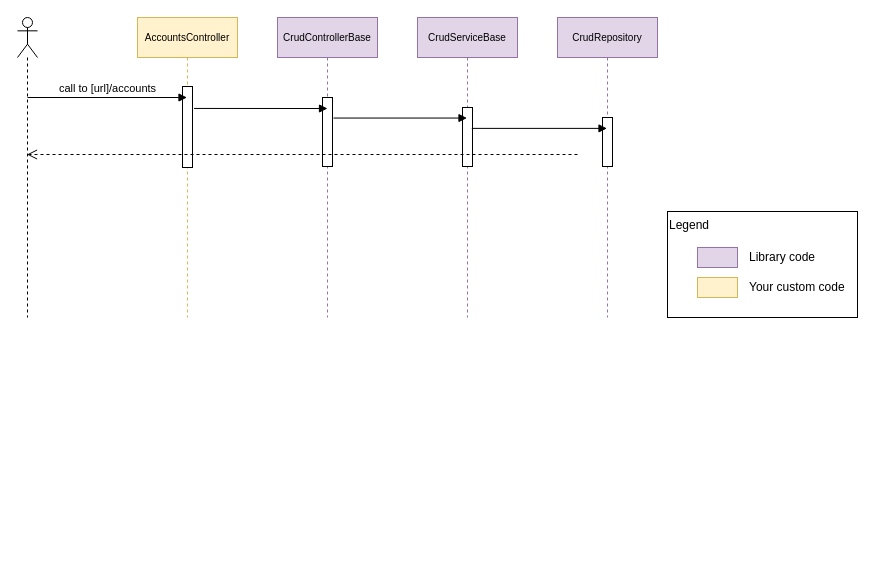
The draw.io diagram page "CRUD" (1 of 2) of docs/CustomLayers/sequence.drawio in lonesomegeek/LSG.GenericCrud, before the edit. Source tidied: cells renumbered, new cells numbered last; positions are measured from the earlier drawing's top-left corner, leaving out a move shared by most shapes. Both pictures are drawn from the tidied source at 100%, with x=0, y=0 at pixel (17, 17).
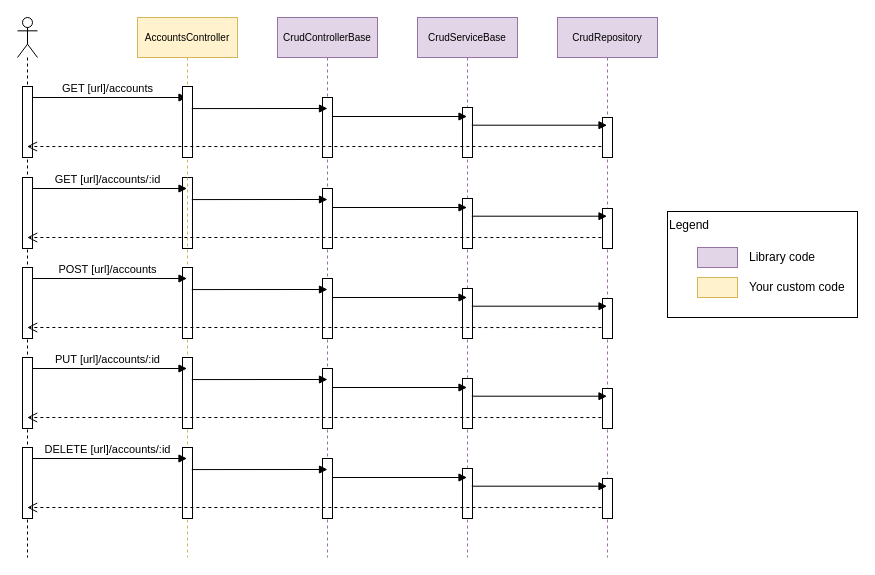
Above is the later version.

Commit message:
adding new version of sequence diagram

Diff of the diagram source:
```diff
@@
-    <mxCell id="2" value="&lt;font style=&quot;font-size: 10px&quot;&gt;AccountsController&lt;/font&gt;" style="shape=umlLifeline;perimeter=lifelinePerimeter;whiteSpace=wrap;html=1;outlineConnect=0;fillColor=#fff2cc;strokeColor=#d6b656;" parent="1" vertex="1">
-      <mxGeometry x="120" width="100" height="300" as="geometry" />
-    </mxCell>
-    <mxCell id="3" style="html=1;points=[];perimeter=orthogonalPerimeter;" parent="2" vertex="1">
-      <mxGeometry x="45" y="69" width="10" height="81" as="geometry" />
-    </mxCell>
     <mxCell id="4" value="&lt;font style=&quot;font-size: 10px&quot;&gt;CrudControllerBase&lt;/font&gt;" style="shape=umlLifeline;perimeter=lifelinePerimeter;whiteSpace=wrap;html=1;fillColor=#e1d5e7;strokeColor=#9673a6;" parent="1" vertex="1">
-      <mxGeometry x="260" width="100" height="300" as="geometry" />
+      <mxGeometry x="260" width="100" height="540" as="geometry" />
     </mxCell>
     <mxCell id="5" style="html=1;points=[];perimeter=orthogonalPerimeter;" parent="4" vertex="1">
-      <mxGeometry x="45" y="80" width="10" height="69" as="geometry" />
+      <mxGeometry x="45" y="80" width="10" height="60" as="geometry" />
     </mxCell>
     <mxCell id="6" value="&lt;font style=&quot;font-size: 10px&quot;&gt;CrudServiceBase&lt;/font&gt;" style="shape=umlLifeline;perimeter=lifelinePerimeter;whiteSpace=wrap;html=1;outlineConnect=0;fillColor=#e1d5e7;strokeColor=#9673a6;" parent="1" vertex="1">
-      <mxGeometry x="400" width="100" height="300" as="geometry" />
+      <mxGeometry x="400" width="100" height="540" as="geometry" />
     </mxCell>
     <mxCell id="7" style="html=1;points=[];perimeter=orthogonalPerimeter;" parent="6" vertex="1">
-      <mxGeometry x="45" y="90" width="10" height="59" as="geometry" />
+      <mxGeometry x="45" y="90" width="10" height="50" as="geometry" />
     </mxCell>
     <mxCell id="8" value="&lt;font style=&quot;font-size: 10px&quot;&gt;CrudRepository&lt;/font&gt;" style="shape=umlLifeline;perimeter=lifelinePerimeter;whiteSpace=wrap;html=1;outlineConnect=0;fillColor=#e1d5e7;strokeColor=#9673a6;" parent="1" vertex="1">
-      <mxGeometry x="540" width="100" height="300" as="geometry" />
+      <mxGeometry x="540" width="100" height="540" as="geometry" />
     </mxCell>
     <mxCell id="9" style="html=1;points=[];perimeter=orthogonalPerimeter;" parent="8" vertex="1">
-      <mxGeometry x="45" y="100" width="10" height="49" as="geometry" />
+      <mxGeometry x="45" y="100" width="10" height="40" as="geometry" />
     </mxCell>
     <mxCell id="10" style="shape=umlLifeline;participant=umlActor;perimeter=lifelinePerimeter;whiteSpace=wrap;html=1;verticalAlign=top;spacingTop=36;labelBackgroundColor=#ffffff;outlineConnect=0;" parent="1" vertex="1">
-      <mxGeometry width="20" height="300" as="geometry" />
+      <mxGeometry width="20" height="540" as="geometry" />
     </mxCell>
-    <mxCell id="11" value="call to [url]/accounts" style="html=1;verticalAlign=bottom;endArrow=block;" parent="10" edge="1" target="2">
+    <mxCell id="11" value="GET [url]/accounts" style="html=1;verticalAlign=bottom;endArrow=block;" parent="10" edge="1" target="2">
       <mxGeometry relative="1" as="geometry">
         <mxPoint x="10" y="80" as="sourcePoint" />
       </mxGeometry>
     </mxCell>
+    <mxCell id="21" style="html=1;perimeter=orthogonalPerimeter;" parent="10" vertex="1">
+      <mxGeometry x="5" y="69" width="10" height="71" as="geometry" />
+    </mxCell>
+    <mxCell id="22" style="html=1;points=[];perimeter=orthogonalPerimeter;" parent="10" vertex="1">
+      <mxGeometry x="165" y="160" width="10" height="71" as="geometry" />
+    </mxCell>
+    <mxCell id="23" style="html=1;perimeter=orthogonalPerimeter;" parent="10" vertex="1">
+      <mxGeometry x="305" y="171" width="10" height="60" as="geometry" />
+    </mxCell>
+    <mxCell id="24" style="html=1;points=[];perimeter=orthogonalPerimeter;" parent="10" vertex="1">
+      <mxGeometry x="445" y="181" width="10" height="50" as="geometry" />
+    </mxCell>
+    <mxCell id="25" style="html=1;points=[];perimeter=orthogonalPerimeter;" parent="10" vertex="1">
+      <mxGeometry x="585" y="191" width="10" height="40" as="geometry" />
+    </mxCell>
+    <mxCell id="26" value="GET [url]/accounts/:id" style="html=1;verticalAlign=bottom;endArrow=block;" parent="10" edge="1">
+      <mxGeometry relative="1" as="geometry">
+        <mxPoint x="10" y="171" as="sourcePoint" />
+        <mxPoint x="169.5" y="171" as="targetPoint" />
+      </mxGeometry>
+    </mxCell>
+    <mxCell id="27" style="html=1;perimeter=orthogonalPerimeter;" parent="10" vertex="1">
+      <mxGeometry x="5" y="160" width="10" height="71" as="geometry" />
+    </mxCell>
+    <mxCell id="28" style="html=1;verticalAlign=bottom;endArrow=block;exitX=0.926;exitY=0.311;exitDx=0;exitDy=0;exitPerimeter=0;" parent="10" edge="1" source="22">
+      <mxGeometry relative="1" as="geometry">
+        <mxPoint x="310" y="182" as="targetPoint" />
+      </mxGeometry>
+    </mxCell>
+    <mxCell id="29" style="html=1;verticalAlign=bottom;endArrow=block;" parent="10" edge="1">
+      <mxGeometry relative="1" as="geometry">
+        <mxPoint x="315" y="190" as="sourcePoint" />
+        <mxPoint x="449.5" y="190" as="targetPoint" />
+      </mxGeometry>
+    </mxCell>
+    <mxCell id="30" style="html=1;verticalAlign=bottom;endArrow=block;exitX=0.929;exitY=0.354;exitDx=0;exitDy=0;exitPerimeter=0;" parent="10" edge="1" source="24">
+      <mxGeometry relative="1" as="geometry">
+        <mxPoint x="589.5" y="198.7" as="targetPoint" />
+      </mxGeometry>
+    </mxCell>
+    <mxCell id="31" style="html=1;verticalAlign=bottom;endArrow=open;dashed=1;endSize=8;exitX=-0.114;exitY=0.726;exitDx=0;exitDy=0;exitPerimeter=0;" parent="10" edge="1" source="25">
+      <mxGeometry relative="1" as="geometry">
+        <mxPoint x="9.7" y="220" as="targetPoint" />
+      </mxGeometry>
+    </mxCell>
+    <mxCell id="2" value="&lt;font style=&quot;font-size: 10px&quot;&gt;AccountsController&lt;/font&gt;" style="shape=umlLifeline;perimeter=lifelinePerimeter;whiteSpace=wrap;html=1;outlineConnect=0;fillColor=#fff2cc;strokeColor=#d6b656;" parent="1" vertex="1">
+      <mxGeometry x="120" width="100" height="540" as="geometry" />
+    </mxCell>
+    <mxCell id="3" style="html=1;points=[];perimeter=orthogonalPerimeter;" parent="2" vertex="1">
+      <mxGeometry x="45" y="69" width="10" height="71" as="geometry" />
+    </mxCell>
+    <mxCell id="32" style="html=1;points=[];perimeter=orthogonalPerimeter;" parent="2" vertex="1">
+      <mxGeometry x="45" y="250" width="10" height="71" as="geometry" />
+    </mxCell>
+    <mxCell id="33" style="html=1;perimeter=orthogonalPerimeter;" parent="2" vertex="1">
+      <mxGeometry x="185" y="261" width="10" height="60" as="geometry" />
+    </mxCell>
+    <mxCell id="34" style="html=1;points=[];perimeter=orthogonalPerimeter;" parent="2" vertex="1">
+      <mxGeometry x="325" y="271" width="10" height="50" as="geometry" />
+    </mxCell>
+    <mxCell id="35" style="html=1;points=[];perimeter=orthogonalPerimeter;" parent="2" vertex="1">
+      <mxGeometry x="465" y="281" width="10" height="40" as="geometry" />
+    </mxCell>
+    <mxCell id="36" value="POST [url]/accounts" style="html=1;verticalAlign=bottom;endArrow=block;" parent="2" edge="1">
+      <mxGeometry relative="1" as="geometry">
+        <mxPoint x="-110" y="261" as="sourcePoint" />
+        <mxPoint x="49.5" y="261" as="targetPoint" />
+      </mxGeometry>
+    </mxCell>
+    <mxCell id="37" style="html=1;perimeter=orthogonalPerimeter;" parent="2" vertex="1">
+      <mxGeometry x="-115" y="250" width="10" height="71" as="geometry" />
+    </mxCell>
+    <mxCell id="38" style="html=1;verticalAlign=bottom;endArrow=block;exitX=0.926;exitY=0.311;exitDx=0;exitDy=0;exitPerimeter=0;" parent="2" edge="1" source="32">
+      <mxGeometry relative="1" as="geometry">
+        <mxPoint x="190" y="272" as="targetPoint" />
+      </mxGeometry>
+    </mxCell>
+    <mxCell id="39" style="html=1;verticalAlign=bottom;endArrow=block;" parent="2" edge="1">
+      <mxGeometry relative="1" as="geometry">
+        <mxPoint x="195" y="280" as="sourcePoint" />
+        <mxPoint x="329.5" y="280" as="targetPoint" />
+      </mxGeometry>
+    </mxCell>
+    <mxCell id="40" style="html=1;verticalAlign=bottom;endArrow=block;exitX=0.929;exitY=0.354;exitDx=0;exitDy=0;exitPerimeter=0;" parent="2" edge="1" source="34">
+      <mxGeometry relative="1" as="geometry">
+        <mxPoint x="469.5" y="288.7" as="targetPoint" />
+      </mxGeometry>
+    </mxCell>
+    <mxCell id="41" style="html=1;verticalAlign=bottom;endArrow=open;dashed=1;endSize=8;exitX=-0.114;exitY=0.726;exitDx=0;exitDy=0;exitPerimeter=0;" parent="2" edge="1" source="35">
+      <mxGeometry relative="1" as="geometry">
+        <mxPoint x="-110.3" y="310" as="targetPoint" />
+      </mxGeometry>
+    </mxCell>
+    <mxCell id="42" style="html=1;points=[];perimeter=orthogonalPerimeter;" parent="2" vertex="1">
+      <mxGeometry x="45" y="340" width="10" height="71" as="geometry" />
+    </mxCell>
+    <mxCell id="43" style="html=1;perimeter=orthogonalPerimeter;" parent="2" vertex="1">
+      <mxGeometry x="185" y="351" width="10" height="60" as="geometry" />
+    </mxCell>
+    <mxCell id="44" style="html=1;points=[];perimeter=orthogonalPerimeter;" parent="2" vertex="1">
+      <mxGeometry x="325" y="361" width="10" height="50" as="geometry" />
+    </mxCell>
+    <mxCell id="45" style="html=1;points=[];perimeter=orthogonalPerimeter;" parent="2" vertex="1">
+      <mxGeometry x="465" y="371" width="10" height="40" as="geometry" />
+    </mxCell>
+    <mxCell id="46" value="PUT [url]/accounts/:id" style="html=1;verticalAlign=bottom;endArrow=block;" parent="2" edge="1">
+      <mxGeometry relative="1" as="geometry">
+        <mxPoint x="-110" y="351" as="sourcePoint" />
+        <mxPoint x="49.5" y="351" as="targetPoint" />
+      </mxGeometry>
+    </mxCell>
+    <mxCell id="47" style="html=1;perimeter=orthogonalPerimeter;" parent="2" vertex="1">
+      <mxGeometry x="-115" y="340" width="10" height="71" as="geometry" />
+    </mxCell>
+    <mxCell id="48" style="html=1;verticalAlign=bottom;endArrow=block;exitX=0.926;exitY=0.311;exitDx=0;exitDy=0;exitPerimeter=0;" parent="2" edge="1" source="42">
+      <mxGeometry relative="1" as="geometry">
+        <mxPoint x="190" y="362" as="targetPoint" />
+      </mxGeometry>
+    </mxCell>
+    <mxCell id="49" style="html=1;verticalAlign=bottom;endArrow=block;" parent="2" edge="1">
+      <mxGeometry relative="1" as="geometry">
+        <mxPoint x="195" y="370" as="sourcePoint" />
+        <mxPoint x="329.5" y="370" as="targetPoint" />
+      </mxGeometry>
+    </mxCell>
+    <mxCell id="50" style="html=1;verticalAlign=bottom;endArrow=block;exitX=0.929;exitY=0.354;exitDx=0;exitDy=0;exitPerimeter=0;" parent="2" edge="1" source="44">
+      <mxGeometry relative="1" as="geometry">
+        <mxPoint x="469.5" y="378.7" as="targetPoint" />
+      </mxGeometry>
+    </mxCell>
+    <mxCell id="51" style="html=1;verticalAlign=bottom;endArrow=open;dashed=1;endSize=8;exitX=-0.114;exitY=0.726;exitDx=0;exitDy=0;exitPerimeter=0;" parent="2" edge="1" source="45">
+      <mxGeometry relative="1" as="geometry">
+        <mxPoint x="-110.3" y="400" as="targetPoint" />
+      </mxGeometry>
+    </mxCell>
+    <mxCell id="52" style="html=1;points=[];perimeter=orthogonalPerimeter;" parent="2" vertex="1">
+      <mxGeometry x="45" y="430" width="10" height="71" as="geometry" />
+    </mxCell>
+    <mxCell id="53" style="html=1;perimeter=orthogonalPerimeter;" parent="2" vertex="1">
+      <mxGeometry x="185" y="441" width="10" height="60" as="geometry" />
+    </mxCell>
+    <mxCell id="54" style="html=1;points=[];perimeter=orthogonalPerimeter;" parent="2" vertex="1">
+      <mxGeometry x="325" y="451" width="10" height="50" as="geometry" />
+    </mxCell>
+    <mxCell id="55" style="html=1;points=[];perimeter=orthogonalPerimeter;" parent="2" vertex="1">
+      <mxGeometry x="465" y="461" width="10" height="40" as="geometry" />
+    </mxCell>
+    <mxCell id="56" value="DELETE [url]/accounts/:id" style="html=1;verticalAlign=bottom;endArrow=block;" parent="2" edge="1">
+      <mxGeometry relative="1" as="geometry">
+        <mxPoint x="-110" y="441" as="sourcePoint" />
+        <mxPoint x="49.5" y="441" as="targetPoint" />
+      </mxGeometry>
+    </mxCell>
+    <mxCell id="57" style="html=1;perimeter=orthogonalPerimeter;" parent="2" vertex="1">
+      <mxGeometry x="-115" y="430" width="10" height="71" as="geometry" />
+    </mxCell>
+    <mxCell id="58" style="html=1;verticalAlign=bottom;endArrow=block;exitX=0.926;exitY=0.311;exitDx=0;exitDy=0;exitPerimeter=0;" parent="2" edge="1" source="52">
+      <mxGeometry relative="1" as="geometry">
+        <mxPoint x="190" y="452" as="targetPoint" />
+      </mxGeometry>
+    </mxCell>
+    <mxCell id="59" style="html=1;verticalAlign=bottom;endArrow=block;" parent="2" edge="1">
+      <mxGeometry relative="1" as="geometry">
+        <mxPoint x="195" y="460" as="sourcePoint" />
+        <mxPoint x="329.5" y="460" as="targetPoint" />
+      </mxGeometry>
+    </mxCell>
+    <mxCell id="60" style="html=1;verticalAlign=bottom;endArrow=block;exitX=0.929;exitY=0.354;exitDx=0;exitDy=0;exitPerimeter=0;" parent="2" edge="1" source="54">
+      <mxGeometry relative="1" as="geometry">
+        <mxPoint x="469.5" y="468.7" as="targetPoint" />
+      </mxGeometry>
+    </mxCell>
+    <mxCell id="61" style="html=1;verticalAlign=bottom;endArrow=open;dashed=1;endSize=8;exitX=-0.114;exitY=0.726;exitDx=0;exitDy=0;exitPerimeter=0;" parent="2" edge="1" source="55">
+      <mxGeometry relative="1" as="geometry">
+        <mxPoint x="-110.3" y="490" as="targetPoint" />
+      </mxGeometry>
+    </mxCell>
-    <mxCell id="12" style="html=1;verticalAlign=bottom;endArrow=block;exitX=1.157;exitY=0.271;exitDx=0;exitDy=0;exitPerimeter=0;" parent="1" edge="1" source="3">
+    <mxCell id="12" style="html=1;verticalAlign=bottom;endArrow=block;exitX=0.926;exitY=0.311;exitDx=0;exitDy=0;exitPerimeter=0;" parent="1" edge="1" source="3">
       <mxGeometry relative="1" as="geometry">
         <mxPoint x="310" y="91" as="targetPoint" />
       </mxGeometry>
     </mxCell>
-    <mxCell id="13" style="html=1;verticalAlign=bottom;endArrow=block;exitX=1.1;exitY=0.298;exitDx=0;exitDy=0;exitPerimeter=0;" parent="1" edge="1" source="5" target="6">
-      <mxGeometry relative="1" as="geometry" />
+    <mxCell id="13" style="html=1;verticalAlign=bottom;endArrow=block;" parent="1" edge="1">
+      <mxGeometry relative="1" as="geometry">
+        <mxPoint x="315" y="99" as="sourcePoint" />
+        <mxPoint x="449.5" y="99" as="targetPoint" />
+      </mxGeometry>
     </mxCell>
@@
-    <mxCell id="15" style="html=1;verticalAlign=bottom;endArrow=open;dashed=1;endSize=8;" parent="1" edge="1" target="10">
-      <mxGeometry relative="1" as="geometry">
-        <mxPoint x="560" y="137" as="sourcePoint" />
-      </mxGeometry>
+    <mxCell id="15" style="html=1;verticalAlign=bottom;endArrow=open;dashed=1;endSize=8;exitX=-0.114;exitY=0.726;exitDx=0;exitDy=0;exitPerimeter=0;" parent="1" edge="1" source="9" target="10">
+      <mxGeometry relative="1" as="geometry" />
     </mxCell>
```
